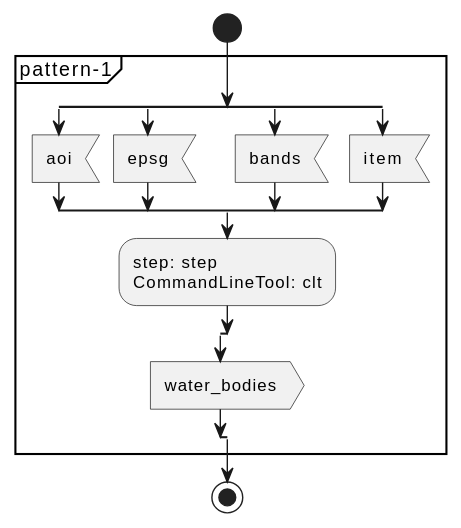
Earlier version of the PlantUML export docs/pattern-1/activity.svg (eoap/application-package-patterns). The source it was exported from:
```plantuml
@startuml

start





group pattern-1 {

split

    :aoi; <<input>>
split again

    :epsg; <<input>>
split again

    :bands; <<input>>
split again

    :item; <<input>>
end split







:step: step
CommandLineTool: clt;





split

    :water_bodies; <<output>>
end split


}


stop
@enduml
```
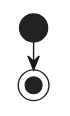
After the change.

What changed in the source:
```diff
@@ -1,48 +1,10 @@
 @startuml
-
 start
 
 
 
 
 
-group pattern-1 {
-
-split
-
-    :aoi; <<input>>
-split again
-
-    :epsg; <<input>>
-split again
-
-    :bands; <<input>>
-split again
-
-    :item; <<input>>
-end split
-
-
-
-
-
-
-
-:step: step
-CommandLineTool: clt;
-
-
-
-
-
-split
-
-    :water_bodies; <<output>>
-end split
-
-
-}
-
 
 stop
 @enduml
```
